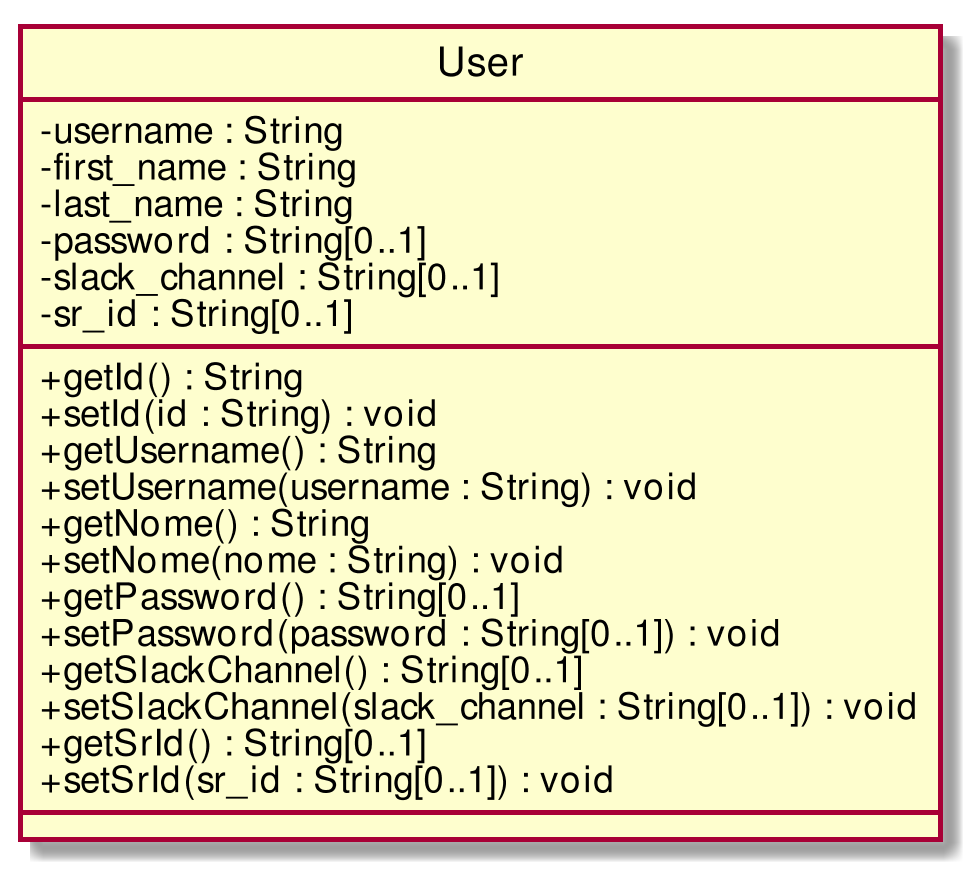
This is RP/Esterni/DefinizioneDiProdotto/images/ClassUser.png from CoCodeSWE/Docs, a PlantUML export, as it was before one commit. Source of this version:
```plantuml
@startuml
scale 1000*1000
skinparam classAttributeIconSize 0
class User{
- username : String
- first_name : String
- last_name : String
- password : String[0..1]
- slack_channel : String[0..1]
- sr_id : String[0..1]
__
+ getId() : String
+ setId(id : String) : void
+ getUsername() : String
+ setUsername(username : String) : void
+ getNome() : String
+ setNome(nome : String) : void
+ getPassword() : String[0..1]
+ setPassword(password : String[0..1]) : void
+ getSlackChannel() : String[0..1]
+ setSlackChannel(slack_channel : String[0..1]) : void
+ getSrId() : String[0..1]
+ setSrId(sr_id : String[0..1]) : void
__

}
hide circle
@enduml
```
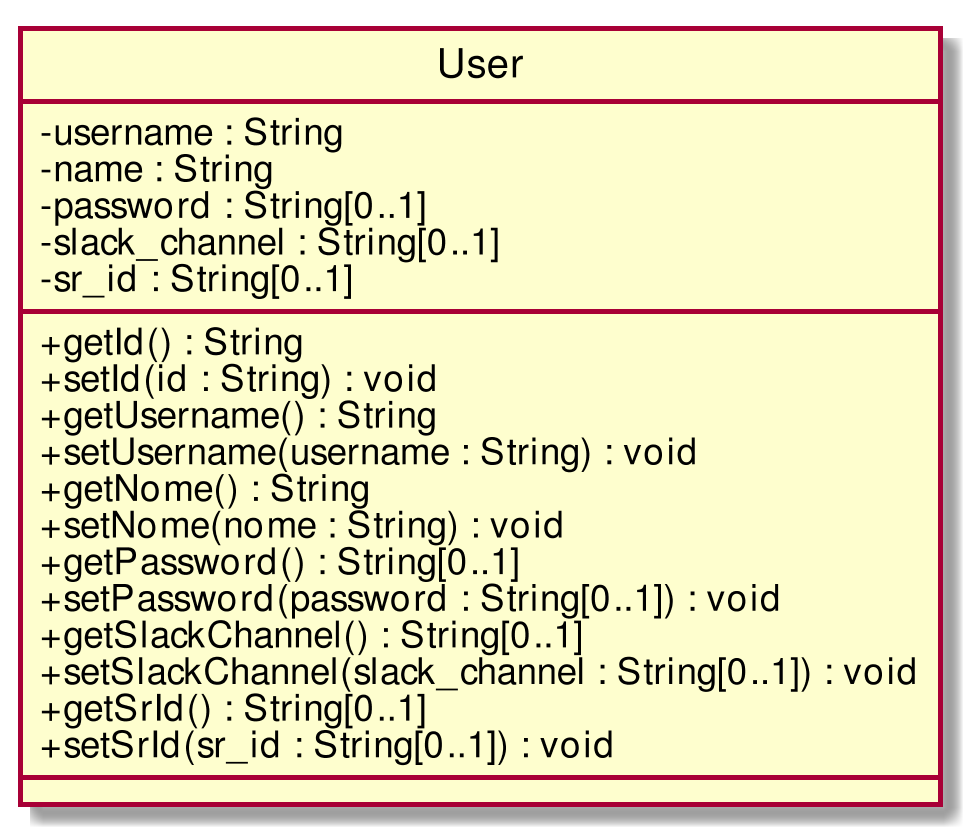
The same file after the commit.

The edit, as a diff of the source:
```diff
@@ -3,8 +3,7 @@
 skinparam classAttributeIconSize 0
 class User{
 - username : String
-- first_name : String
-- last_name : String
+- name : String
 - password : String[0..1]
 - slack_channel : String[0..1]
 - sr_id : String[0..1]
```
